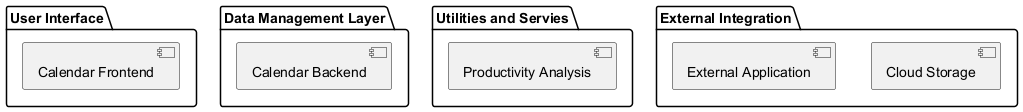
CS361-2024Fall-Term/Innovators keeps this PlantUML diagram as plantuml/plantuml.png. Above is the earlier version.
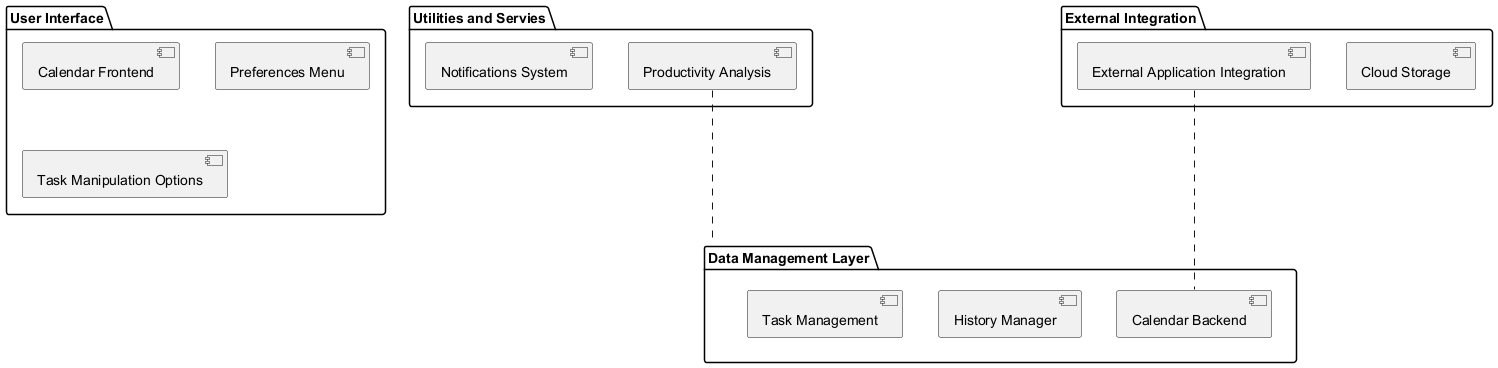
Later version of the same file.

Commit message:
Add all components and subcomponents

Change to the diagram source:
```diff
@@ -1,21 +1,25 @@
 @startuml
 
 package "User Interface" {
-    component "Calendar Frontend"
+    [Calendar Frontend]
+    [Preferences Menu]
+    [Task Manipulation Options]
 }
 
 package "Data Management Layer"{
-    component "Calendar Backend"
-
+    [Calendar Backend]
+    [History Manager]
+    [Task Management]
 }
 
 package "Utilities and Servies"{
-    component "Productivity Analysis"
+    [Productivity Analysis] ... [Data Management Layer]
+    [Notifications System]
 }
 
 package "External Integration"{
-    component "Cloud Storage"
-    component "External Application"
+    [Cloud Storage]
+    [External Application Integration] ... [Calendar Backend]
 }
 
 
```
